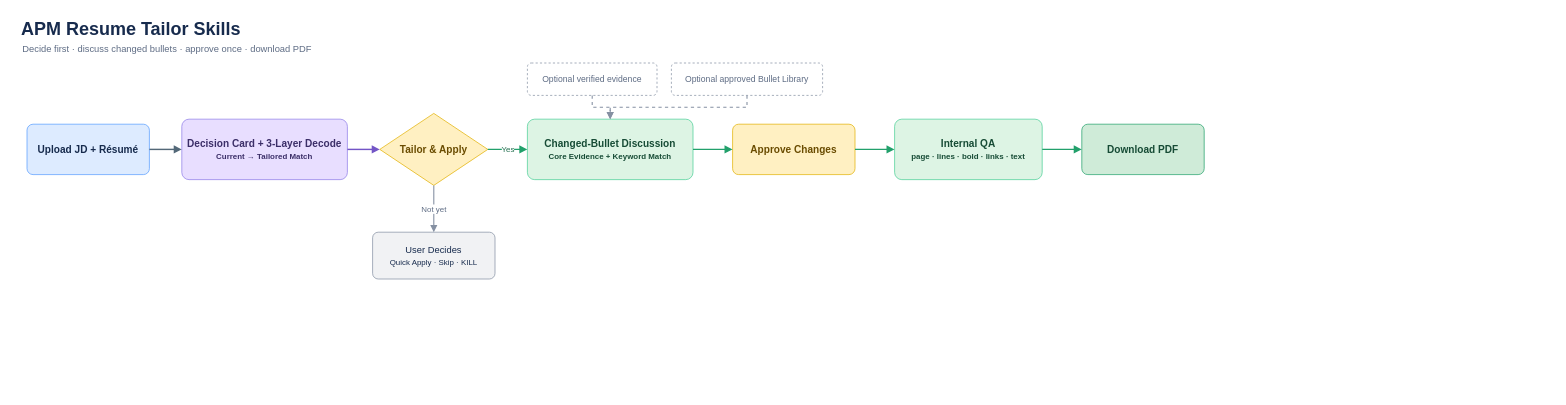
Earlier version of the draw.io diagram docs/apm-resume-tailor-flow.drawio (Saun321/apm-resume-tailor-skills). Source tidied: cells renumbered, new cells numbered last; positions are measured from the earlier drawing's top-left corner, leaving out a move shared by most shapes. Both pictures are drawn from the tidied source at 72%, with x=0, y=0 at pixel (19, 12).
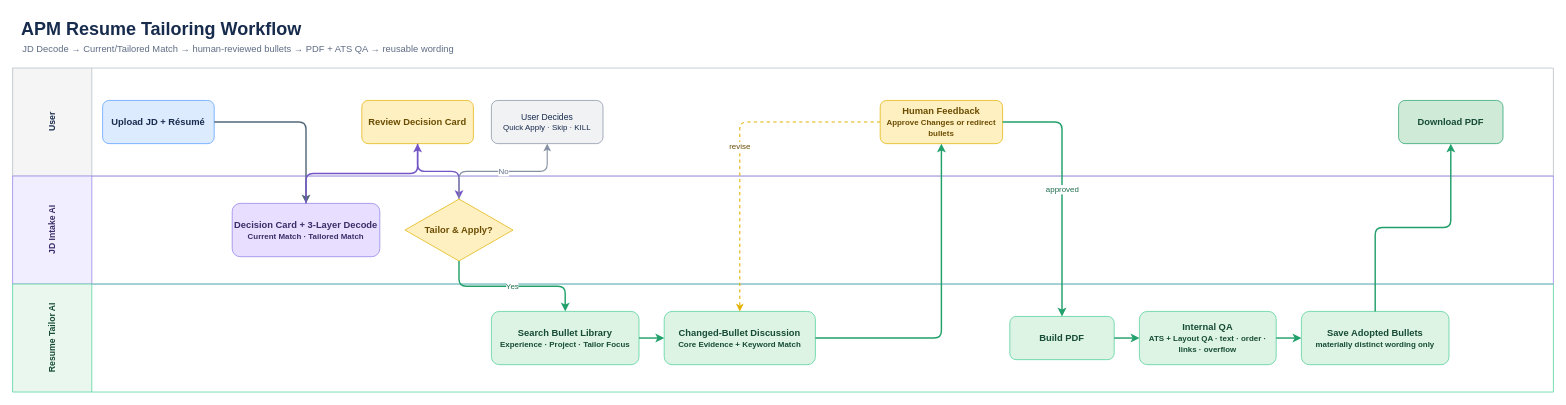
Above is the later version.

What changed in the source:
```diff
@@
-    <mxCell id="2" value="APM Resume Tailor Skills" style="text;html=1;strokeColor=none;fillColor=none;align=left;fontSize=25;fontStyle=1;fontColor=#172B4D;" parent="1" vertex="1">
-      <mxGeometry width="520" height="38" as="geometry" />
+    <mxCell id="2" value="APM Resume Tailoring Workflow" style="text;html=1;strokeColor=none;fillColor=none;align=left;fontSize=25;fontStyle=1;fontColor=#172B4D;" parent="1" vertex="1">
+      <mxGeometry width="600" height="38" as="geometry" />
     </mxCell>
-    <mxCell id="3" value="Decide first · discuss changed bullets · approve once · download PDF" style="text;html=1;strokeColor=none;fillColor=none;align=left;fontSize=13;fontColor=#5E6C84;" parent="1" vertex="1">
-      <mxGeometry x="2" y="36" width="720" height="24" as="geometry" />
+    <mxCell id="3" value="JD Decode → Current/Tailored Match → human-reviewed bullets → PDF + ATS QA → reusable wording" style="text;html=1;strokeColor=none;fillColor=none;align=left;fontSize=13;fontColor=#5E6C84;" parent="1" vertex="1">
+      <mxGeometry x="2" y="36" width="1040" height="24" as="geometry" />
     </mxCell>
+    <mxCell id="23" value="User" style="swimlane;horizontal=0;startSize=110;fillColor=#F5F5F5;strokeColor=#B3BAC5;fontStyle=1;fontColor=#172B4D;html=1;" parent="1" vertex="1">
+      <mxGeometry x="-10" y="77" width="2140" height="150" as="geometry" />
+    </mxCell>
+    <mxCell id="24" value="JD Intake AI" style="swimlane;horizontal=0;startSize=110;fillColor=#F1EFFF;strokeColor=#8F7EE7;fontStyle=1;fontColor=#3B2E68;html=1;" parent="1" vertex="1">
+      <mxGeometry x="-10" y="227" width="2140" height="150" as="geometry" />
+    </mxCell>
+    <mxCell id="25" value="Resume Tailor AI" style="swimlane;horizontal=0;startSize=110;fillColor=#EAF7EF;strokeColor=#4BCE97;fontStyle=1;fontColor=#164B35;html=1;" parent="1" vertex="1">
+      <mxGeometry x="-10" y="377" width="2140" height="150" as="geometry" />
+    </mxCell>
-    <mxCell id="4" value="Upload JD + Résumé" style="rounded=1;whiteSpace=wrap;html=1;fillColor=#DDEBFF;strokeColor=#579DFF;fontSize=14;fontStyle=1;fontColor=#172B4D;arcSize=12;" parent="1" vertex="1">
-      <mxGeometry x="10" y="155" width="170" height="70" as="geometry" />
+    <mxCell id="4" value="Upload JD + Résumé" style="rounded=1;whiteSpace=wrap;html=1;fillColor=#DDEBFF;strokeColor=#579DFF;fontSize=13;fontStyle=1;fontColor=#172B4D;" parent="23" vertex="1">
+      <mxGeometry x="125" y="45" width="155" height="60" as="geometry" />
     </mxCell>
+    <mxCell id="26" value="Review Decision Card" style="rounded=1;whiteSpace=wrap;html=1;fillColor=#FFF0C2;strokeColor=#E2B203;fontSize=13;fontStyle=1;fontColor=#6A4C00;" parent="23" vertex="1">
+      <mxGeometry x="485" y="45" width="155" height="60" as="geometry" />
+    </mxCell>
+    <mxCell id="11" value="User Decides&lt;br&gt;&lt;font style=&quot;font-size:11px&quot;&gt;Quick Apply · Skip · KILL&lt;/font&gt;" style="rounded=1;whiteSpace=wrap;html=1;fillColor=#F1F2F4;strokeColor=#8590A2;fontSize=12;fontColor=#172B4D;" parent="23" vertex="1">
+      <mxGeometry x="665" y="45" width="155" height="60" as="geometry" />
+    </mxCell>
+    <mxCell id="27" value="Human Feedback&lt;br&gt;&lt;font style=&quot;font-size:11px&quot;&gt;Approve Changes or redirect bullets&lt;/font&gt;" style="rounded=1;whiteSpace=wrap;html=1;fillColor=#FFF0C2;strokeColor=#E2B203;fontSize=13;fontStyle=1;fontColor=#6A4C00;" parent="23" vertex="1">
+      <mxGeometry x="1205" y="45" width="170" height="60" as="geometry" />
+    </mxCell>
+    <mxCell id="10" value="Download PDF" style="rounded=1;whiteSpace=wrap;html=1;fillColor=#CFEBD8;strokeColor=#22A06B;fontSize=13;fontStyle=1;fontColor=#164B35;" parent="23" vertex="1">
+      <mxGeometry x="1925" y="45" width="145" height="60" as="geometry" />
+    </mxCell>
-    <mxCell id="5" value="Decision Card + 3-Layer Decode&lt;br&gt;&lt;font style=&quot;font-size:11px&quot;&gt;Current → Tailored Match&lt;/font&gt;" style="rounded=1;whiteSpace=wrap;html=1;fillColor=#E8DEFF;strokeColor=#8F7EE7;fontSize=14;fontStyle=1;fontColor=#3B2E68;arcSize=12;" parent="1" vertex="1">
-      <mxGeometry x="225" y="148" width="230" height="84" as="geometry" />
+    <mxCell id="5" value="Decision Card + 3-Layer Decode&lt;br&gt;&lt;font style=&quot;font-size:11px&quot;&gt;Current Match · Tailored Match&lt;/font&gt;" style="rounded=1;whiteSpace=wrap;html=1;fillColor=#E8DEFF;strokeColor=#8F7EE7;fontSize=13;fontStyle=1;fontColor=#3B2E68;" parent="24" vertex="1">
+      <mxGeometry x="305" y="38" width="205" height="74" as="geometry" />
     </mxCell>
-    <mxCell id="6" value="Tailor &amp; Apply" style="rhombus;whiteSpace=wrap;html=1;fillColor=#FFF0C2;strokeColor=#E2B203;fontSize=14;fontStyle=1;fontColor=#6A4C00;" parent="1" vertex="1">
-      <mxGeometry x="500" y="140" width="150" height="100" as="geometry" />
+    <mxCell id="6" value="Tailor &amp; Apply?" style="rhombus;whiteSpace=wrap;html=1;fillColor=#FFF0C2;strokeColor=#E2B203;fontSize=13;fontStyle=1;fontColor=#6A4C00;" parent="24" vertex="1">
+      <mxGeometry x="545" y="32" width="150" height="86" as="geometry" />
     </mxCell>
+    <mxCell id="28" value="Search Bullet Library&lt;br&gt;&lt;font style=&quot;font-size:11px&quot;&gt;Experience · Project · Tailor Focus&lt;/font&gt;" style="rounded=1;whiteSpace=wrap;html=1;fillColor=#DDF4E4;strokeColor=#4BCE97;fontSize=13;fontStyle=1;fontColor=#164B35;" parent="25" vertex="1">
+      <mxGeometry x="665" y="38" width="205" height="74" as="geometry" />
+    </mxCell>
-    <mxCell id="7" value="Changed-Bullet Discussion&lt;br&gt;&lt;font style=&quot;font-size:11px&quot;&gt;Core Evidence + Keyword Match&lt;/font&gt;" style="rounded=1;whiteSpace=wrap;html=1;fillColor=#DDF4E4;strokeColor=#4BCE97;fontSize=14;fontStyle=1;fontColor=#164B35;arcSize=12;" parent="1" vertex="1">
-      <mxGeometry x="705" y="148" width="230" height="84" as="geometry" />
+    <mxCell id="7" value="Changed-Bullet Discussion&lt;br&gt;&lt;font style=&quot;font-size:11px&quot;&gt;Core Evidence + Keyword Match&lt;/font&gt;" style="rounded=1;whiteSpace=wrap;html=1;fillColor=#DDF4E4;strokeColor=#4BCE97;fontSize=13;fontStyle=1;fontColor=#164B35;" parent="25" vertex="1">
+      <mxGeometry x="905" y="38" width="210" height="74" as="geometry" />
     </mxCell>
-    <mxCell id="8" value="Approve Changes" style="rounded=1;whiteSpace=wrap;html=1;fillColor=#FFF0C2;strokeColor=#E2B203;fontSize=14;fontStyle=1;fontColor=#6A4C00;arcSize=12;" parent="1" vertex="1">
-      <mxGeometry x="990" y="155" width="170" height="70" as="geometry" />
-    </mxCell>
+    <mxCell id="29" value="Build PDF" style="rounded=1;whiteSpace=wrap;html=1;fillColor=#DDF4E4;strokeColor=#4BCE97;fontSize=13;fontStyle=1;fontColor=#164B35;" parent="25" vertex="1">
+      <mxGeometry x="1385" y="45" width="145" height="60" as="geometry" />
+    </mxCell>
-    <mxCell id="9" value="Internal QA&lt;br&gt;&lt;font style=&quot;font-size:11px&quot;&gt;page · lines · bold · links · text&lt;/font&gt;" style="rounded=1;whiteSpace=wrap;html=1;fillColor=#DDF4E4;strokeColor=#4BCE97;fontSize=14;fontStyle=1;fontColor=#164B35;arcSize=12;" parent="1" vertex="1">
-      <mxGeometry x="1215" y="148" width="205" height="84" as="geometry" />
+    <mxCell id="9" value="Internal QA&lt;br&gt;&lt;font style=&quot;font-size:11px&quot;&gt;ATS + Layout QA · text · order · links · overflow&lt;/font&gt;" style="rounded=1;whiteSpace=wrap;html=1;fillColor=#DDF4E4;strokeColor=#4BCE97;fontSize=13;fontStyle=1;fontColor=#164B35;" parent="25" vertex="1">
+      <mxGeometry x="1565" y="38" width="190" height="74" as="geometry" />
     </mxCell>
-    <mxCell id="10" value="Download PDF" style="rounded=1;whiteSpace=wrap;html=1;fillColor=#CFEBD8;strokeColor=#22A06B;fontSize=14;fontStyle=1;fontColor=#164B35;arcSize=12;" parent="1" vertex="1">
-      <mxGeometry x="1475" y="155" width="170" height="70" as="geometry" />
-    </mxCell>
-    <mxCell id="11" value="User Decides&lt;br&gt;&lt;font style=&quot;font-size:11px&quot;&gt;Quick Apply · Skip · KILL&lt;/font&gt;" style="rounded=1;whiteSpace=wrap;html=1;fillColor=#F1F2F4;strokeColor=#8590A2;fontSize=13;fontColor=#172B4D;arcSize=12;" parent="1" vertex="1">
-      <mxGeometry x="490" y="305" width="170" height="65" as="geometry" />
-    </mxCell>
-    <mxCell id="12" value="Optional verified evidence" style="rounded=1;whiteSpace=wrap;html=1;dashed=1;fillColor=#FFFFFF;strokeColor=#8590A2;fontSize=12;fontColor=#5E6C84;arcSize=12;" parent="1" vertex="1">
-      <mxGeometry x="705" y="70" width="180" height="45" as="geometry" />
-    </mxCell>
-    <mxCell id="13" value="Optional approved Bullet Library" style="rounded=1;whiteSpace=wrap;html=1;dashed=1;fillColor=#FFFFFF;strokeColor=#8590A2;fontSize=12;fontColor=#5E6C84;arcSize=12;" parent="1" vertex="1">
-      <mxGeometry x="905" y="70" width="210" height="45" as="geometry" />
-    </mxCell>
+    <mxCell id="30" value="Save Adopted Bullets&lt;br&gt;&lt;font style=&quot;font-size:11px&quot;&gt;materially distinct wording only&lt;/font&gt;" style="rounded=1;whiteSpace=wrap;html=1;fillColor=#DDF4E4;strokeColor=#4BCE97;fontSize=13;fontStyle=1;fontColor=#164B35;" parent="25" vertex="1">
+      <mxGeometry x="1790" y="38" width="205" height="74" as="geometry" />
+    </mxCell>
-    <mxCell id="14" style="edgeStyle=orthogonalEdgeStyle;rounded=0;html=1;strokeWidth=2;strokeColor=#536878;endArrow=block;endFill=1;" parent="1" edge="1" source="4" target="5">
+    <mxCell id="14" style="edgeStyle=orthogonalEdgeStyle;rounded=1;html=1;strokeWidth=2;strokeColor=#536878;endArrow=classic;endFill=1;" parent="1" edge="1" source="4" target="5">
       <mxGeometry relative="1" as="geometry" />
     </mxCell>
-    <mxCell id="15" style="edgeStyle=orthogonalEdgeStyle;rounded=0;html=1;strokeWidth=2;strokeColor=#7355C6;endArrow=block;endFill=1;" parent="1" edge="1" source="5" target="6">
+    <mxCell id="15" style="edgeStyle=orthogonalEdgeStyle;rounded=1;html=1;strokeWidth=2;strokeColor=#7355C6;endArrow=classic;endFill=1;" parent="1" edge="1" source="5" target="26">
       <mxGeometry relative="1" as="geometry" />
     </mxCell>
-    <mxCell id="16" value="Yes" style="edgeStyle=orthogonalEdgeStyle;rounded=0;html=1;strokeWidth=2;strokeColor=#22A06B;fontColor=#216E4E;endArrow=block;endFill=1;" parent="1" edge="1" source="6" target="7">
+    <mxCell id="16" style="edgeStyle=orthogonalEdgeStyle;rounded=1;html=1;strokeWidth=2;strokeColor=#7355C6;endArrow=classic;endFill=1;" parent="1" edge="1" source="26" target="6">
       <mxGeometry relative="1" as="geometry" />
     </mxCell>
-    <mxCell id="17" value="Not yet" style="edgeStyle=orthogonalEdgeStyle;rounded=0;html=1;strokeWidth=1.5;strokeColor=#8590A2;fontColor=#5E6C84;endArrow=block;endFill=1;" parent="1" edge="1" source="6" target="11">
+    <mxCell id="17" value="No" style="edgeStyle=orthogonalEdgeStyle;rounded=1;html=1;strokeWidth=1.5;strokeColor=#8590A2;fontColor=#5E6C84;endArrow=classic;endFill=1;" parent="1" edge="1" source="6" target="11">
       <mxGeometry relative="1" as="geometry" />
     </mxCell>
-    <mxCell id="18" style="edgeStyle=orthogonalEdgeStyle;rounded=0;html=1;strokeWidth=2;strokeColor=#22A06B;endArrow=block;endFill=1;" parent="1" edge="1" source="7" target="8">
+    <mxCell id="18" value="Yes" style="edgeStyle=orthogonalEdgeStyle;rounded=1;html=1;strokeWidth=2;strokeColor=#22A06B;fontColor=#216E4E;endArrow=classic;endFill=1;" parent="1" edge="1" source="6" target="28">
       <mxGeometry relative="1" as="geometry" />
     </mxCell>
-    <mxCell id="19" style="edgeStyle=orthogonalEdgeStyle;rounded=0;html=1;strokeWidth=2;strokeColor=#22A06B;endArrow=block;endFill=1;" parent="1" edge="1" source="8" target="9">
+    <mxCell id="19" style="edgeStyle=orthogonalEdgeStyle;rounded=1;html=1;strokeWidth=2;strokeColor=#22A06B;endArrow=classic;endFill=1;" parent="1" edge="1" source="28" target="7">
       <mxGeometry relative="1" as="geometry" />
     </mxCell>
-    <mxCell id="20" style="edgeStyle=orthogonalEdgeStyle;rounded=0;html=1;strokeWidth=2;strokeColor=#22A06B;endArrow=block;endFill=1;" parent="1" edge="1" source="9" target="10">
+    <mxCell id="20" style="edgeStyle=orthogonalEdgeStyle;rounded=1;html=1;strokeWidth=2;strokeColor=#22A06B;endArrow=classic;endFill=1;" parent="1" edge="1" source="7" target="27">
       <mxGeometry relative="1" as="geometry" />
     </mxCell>
-    <mxCell id="21" style="edgeStyle=orthogonalEdgeStyle;rounded=0;html=1;dashed=1;strokeWidth=1.5;strokeColor=#8590A2;endArrow=block;endFill=1;" parent="1" edge="1" source="12" target="7">
+    <mxCell id="21" value="revise" style="edgeStyle=orthogonalEdgeStyle;rounded=1;html=1;dashed=1;strokeWidth=1.5;strokeColor=#E2B203;fontColor=#6A4C00;endArrow=classic;endFill=1;" parent="1" edge="1" source="27" target="7">
       <mxGeometry relative="1" as="geometry" />
     </mxCell>
-    <mxCell id="22" style="edgeStyle=orthogonalEdgeStyle;rounded=0;html=1;dashed=1;strokeWidth=1.5;strokeColor=#8590A2;endArrow=block;endFill=1;" parent="1" edge="1" source="13" target="7">
+    <mxCell id="22" value="approved" style="edgeStyle=orthogonalEdgeStyle;rounded=1;html=1;strokeWidth=2;strokeColor=#22A06B;fontColor=#216E4E;endArrow=classic;endFill=1;" parent="1" edge="1" source="27" target="29">
       <mxGeometry relative="1" as="geometry" />
     </mxCell>
+    <mxCell id="31" style="edgeStyle=orthogonalEdgeStyle;rounded=1;html=1;strokeWidth=2;strokeColor=#22A06B;endArrow=classic;endFill=1;" parent="1" edge="1" source="29" target="9">
+      <mxGeometry relative="1" as="geometry" />
+    </mxCell>
+    <mxCell id="32" style="edgeStyle=orthogonalEdgeStyle;rounded=1;html=1;strokeWidth=2;strokeColor=#22A06B;endArrow=classic;endFill=1;" parent="1" edge="1" source="9" target="30">
+      <mxGeometry relative="1" as="geometry" />
+    </mxCell>
+    <mxCell id="33" style="edgeStyle=orthogonalEdgeStyle;rounded=1;html=1;strokeWidth=2;strokeColor=#22A06B;endArrow=classic;endFill=1;" parent="1" edge="1" source="30" target="10">
+      <mxGeometry relative="1" as="geometry" />
+    </mxCell>
```
